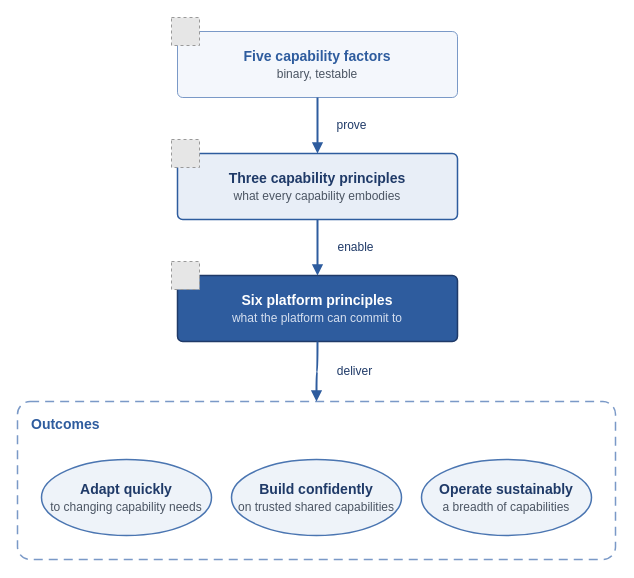
This is diagrams/factors-to-outcomes.drawio from missBerg/platform-capabilities, a draw.io file, before an edit. Source tidied: cells renumbered, new cells numbered last; positions are measured from the earlier drawing's top-left corner, leaving out a move shared by most shapes. Both pictures are drawn from the tidied source at 100%, with x=0, y=0 at pixel (17, 17). Pictures stored in the file or linked from it are replaced by grey dashed boxes.
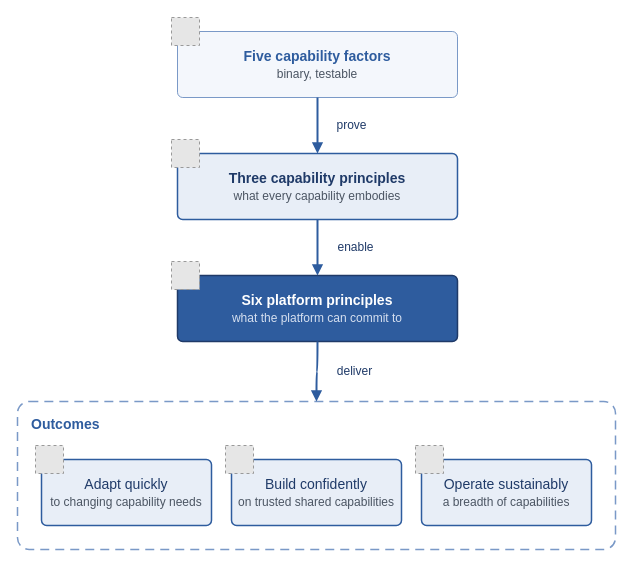
Above is the later version.

Commit message (it also covers changes not shown here):
feat(diagrams): platform-with-capabilities in the paper style; Fig 12 outcomes as boxes

Change to the diagram source:
```diff
@@
 <mxGraphModel>
   <root>
     <mxCell id="0" />
     <mxCell id="1" parent="0" />
     <mxCell id="2" value="&lt;b&gt;Outcomes&lt;/b&gt;" style="rounded=1;whiteSpace=wrap;html=1;arcSize=8;fillColor=none;strokeColor=#7A99C7;strokeWidth=1.5;fontColor=#2E5C9E;fontFamily=Helvetica;fontSize=14;align=left;verticalAlign=top;dashed=1;dashPattern=6 4;spacingLeft=12;spacingTop=8;shadow=0;" parent="1" vertex="1">
-      <mxGeometry y="384" width="598" height="158" as="geometry" />
+      <mxGeometry y="384" width="598" height="148" as="geometry" />
     </mxCell>
     <mxCell id="3" value="&lt;b&gt;Five capability factors&lt;/b&gt;&lt;br&gt;&lt;font style=&quot;font-size: 12px&quot; color=&quot;#4B5563&quot;&gt;binary, testable&lt;/font&gt;" style="rounded=1;whiteSpace=wrap;html=1;arcSize=8;fillColor=#F4F7FC;strokeColor=#7A99C7;strokeWidth=1;fontColor=#2E5C9E;fontFamily=Helvetica;fontSize=14;align=center;verticalAlign=middle;shadow=0;" parent="1" vertex="1">
       <mxGeometry x="160" y="14" width="280" height="66" as="geometry" />
     </mxCell>
     <mxCell id="4" style="fillColor=#E6E6E6;strokeColor=#999999;dashed=1;verticalLabelPosition=bottom;verticalAlign=top;align=center;fontFamily=Helvetica;fontSize=14;fontColor=#1F3A68;" parent="1" vertex="1">
       <mxGeometry x="154" width="28" height="28" as="geometry" />
     </mxCell>
     <mxCell id="5" value="&lt;b&gt;Three capability principles&lt;/b&gt;&lt;br&gt;&lt;font style=&quot;font-size: 12px&quot; color=&quot;#4B5563&quot;&gt;what every capability embodies&lt;/font&gt;" style="rounded=1;whiteSpace=wrap;html=1;arcSize=8;fillColor=#E8EEF7;strokeColor=#2E5C9E;strokeWidth=1.5;fontColor=#1F3A68;fontFamily=Helvetica;fontSize=14;align=center;verticalAlign=middle;shadow=0;" parent="1" vertex="1">
       <mxGeometry x="160" y="136" width="280" height="66" as="geometry" />
     </mxCell>
     <mxCell id="6" style="fillColor=#E6E6E6;strokeColor=#999999;dashed=1;verticalLabelPosition=bottom;verticalAlign=top;align=center;fontFamily=Helvetica;fontSize=14;fontColor=#1F3A68;" parent="1" vertex="1">
       <mxGeometry x="154" y="122" width="28" height="28" as="geometry" />
     </mxCell>
     <mxCell id="7" value="&lt;b&gt;Six platform principles&lt;/b&gt;&lt;br&gt;&lt;font style=&quot;font-size: 12px&quot; color=&quot;#D6E0F0&quot;&gt;what the platform can commit to&lt;/font&gt;" style="rounded=1;whiteSpace=wrap;html=1;arcSize=8;fillColor=#2E5C9E;strokeColor=#1F3A68;strokeWidth=1.5;fontColor=#FFFFFF;fontFamily=Helvetica;fontSize=14;align=center;verticalAlign=middle;shadow=0;" parent="1" vertex="1">
       <mxGeometry x="160" y="258" width="280" height="66" as="geometry" />
     </mxCell>
     <mxCell id="8" style="fillColor=#E6E6E6;strokeColor=#999999;dashed=1;verticalLabelPosition=bottom;verticalAlign=top;align=center;fontFamily=Helvetica;fontSize=14;fontColor=#1F3A68;" parent="1" vertex="1">
       <mxGeometry x="154" y="244" width="28" height="28" as="geometry" />
     </mxCell>
-    <mxCell id="9" value="&lt;b&gt;Adapt quickly&lt;/b&gt;&lt;br&gt;&lt;font style=&quot;font-size: 12px&quot; color=&quot;#4B5563&quot;&gt;to changing capability needs&lt;/font&gt;" style="ellipse;whiteSpace=wrap;html=1;fillColor=#EEF3F9;strokeColor=#4A75B1;strokeWidth=1.5;fontColor=#1F3A68;fontFamily=Helvetica;fontSize=14;align=center;verticalAlign=middle;shadow=0;" parent="1" vertex="1">
-      <mxGeometry x="24" y="442" width="170" height="76" as="geometry" />
+    <mxCell id="9" value="Adapt quickly&lt;br&gt;&lt;font style=&quot;font-size: 12px&quot; color=&quot;#4B5563&quot;&gt;to changing capability needs&lt;/font&gt;" style="rounded=1;whiteSpace=wrap;html=1;arcSize=8;fillColor=#E8EEF7;strokeColor=#2E5C9E;strokeWidth=1.5;fontColor=#1F3A68;fontFamily=Helvetica;fontSize=14;align=center;verticalAlign=middle;shadow=0;" parent="1" vertex="1">
+      <mxGeometry x="24" y="442" width="170" height="66" as="geometry" />
     </mxCell>
+    <mxCell id="15" style="fillColor=#E6E6E6;strokeColor=#999999;dashed=1;verticalLabelPosition=bottom;verticalAlign=top;align=center;fontFamily=Helvetica;fontSize=14;fontColor=#1F3A68;" parent="1" vertex="1">
+      <mxGeometry x="18" y="428" width="28" height="28" as="geometry" />
+    </mxCell>
-    <mxCell id="10" value="&lt;b&gt;Build confidently&lt;/b&gt;&lt;br&gt;&lt;font style=&quot;font-size: 12px&quot; color=&quot;#4B5563&quot;&gt;on trusted shared capabilities&lt;/font&gt;" style="ellipse;whiteSpace=wrap;html=1;fillColor=#EEF3F9;strokeColor=#4A75B1;strokeWidth=1.5;fontColor=#1F3A68;fontFamily=Helvetica;fontSize=14;align=center;verticalAlign=middle;shadow=0;" parent="1" vertex="1">
-      <mxGeometry x="214" y="442" width="170" height="76" as="geometry" />
+    <mxCell id="10" value="Build confidently&lt;br&gt;&lt;font style=&quot;font-size: 12px&quot; color=&quot;#4B5563&quot;&gt;on trusted shared capabilities&lt;/font&gt;" style="rounded=1;whiteSpace=wrap;html=1;arcSize=8;fillColor=#E8EEF7;strokeColor=#2E5C9E;strokeWidth=1.5;fontColor=#1F3A68;fontFamily=Helvetica;fontSize=14;align=center;verticalAlign=middle;shadow=0;" parent="1" vertex="1">
+      <mxGeometry x="214" y="442" width="170" height="66" as="geometry" />
     </mxCell>
+    <mxCell id="16" style="fillColor=#E6E6E6;strokeColor=#999999;dashed=1;verticalLabelPosition=bottom;verticalAlign=top;align=center;fontFamily=Helvetica;fontSize=14;fontColor=#1F3A68;" parent="1" vertex="1">
+      <mxGeometry x="208" y="428" width="28" height="28" as="geometry" />
+    </mxCell>
-    <mxCell id="11" value="&lt;b&gt;Operate sustainably&lt;/b&gt;&lt;br&gt;&lt;font style=&quot;font-size: 12px&quot; color=&quot;#4B5563&quot;&gt;a breadth of capabilities&lt;/font&gt;" style="ellipse;whiteSpace=wrap;html=1;fillColor=#EEF3F9;strokeColor=#4A75B1;strokeWidth=1.5;fontColor=#1F3A68;fontFamily=Helvetica;fontSize=14;align=center;verticalAlign=middle;shadow=0;" parent="1" vertex="1">
-      <mxGeometry x="404" y="442" width="170" height="76" as="geometry" />
+    <mxCell id="11" value="Operate sustainably&lt;br&gt;&lt;font style=&quot;font-size: 12px&quot; color=&quot;#4B5563&quot;&gt;a breadth of capabilities&lt;/font&gt;" style="rounded=1;whiteSpace=wrap;html=1;arcSize=8;fillColor=#E8EEF7;strokeColor=#2E5C9E;strokeWidth=1.5;fontColor=#1F3A68;fontFamily=Helvetica;fontSize=14;align=center;verticalAlign=middle;shadow=0;" parent="1" vertex="1">
+      <mxGeometry x="404" y="442" width="170" height="66" as="geometry" />
     </mxCell>
+    <mxCell id="17" style="fillColor=#E6E6E6;strokeColor=#999999;dashed=1;verticalLabelPosition=bottom;verticalAlign=top;align=center;fontFamily=Helvetica;fontSize=14;fontColor=#1F3A68;" parent="1" vertex="1">
+      <mxGeometry x="398" y="428" width="28" height="28" as="geometry" />
+    </mxCell>
     <mxCell id="12" value="prove" style="edgeStyle=orthogonalEdgeStyle;endArrow=block;html=1;rounded=0;strokeColor=#2E5C9E;strokeWidth=2;fontColor=#1F3A68;fontFamily=Helvetica;fontSize=12;endFill=1;curved=1;exitX=0.5;exitY=1;exitDx=0;exitDy=0;entryX=0.5;entryY=0;entryDx=0;entryDy=0;" parent="1" edge="1" source="3" target="5">
       <mxGeometry relative="1" as="geometry">
         <mxPoint x="34" as="offset" />
       </mxGeometry>
     </mxCell>
     <mxCell id="13" value="enable" style="edgeStyle=orthogonalEdgeStyle;endArrow=block;html=1;rounded=0;strokeColor=#2E5C9E;strokeWidth=2;fontColor=#1F3A68;fontFamily=Helvetica;fontSize=12;endFill=1;curved=1;exitX=0.5;exitY=1;exitDx=0;exitDy=0;entryX=0.5;entryY=0;entryDx=0;entryDy=0;" parent="1" edge="1" source="5" target="7">
       <mxGeometry relative="1" as="geometry">
         <mxPoint x="38" as="offset" />
       </mxGeometry>
     </mxCell>
     <mxCell id="14" value="deliver" style="edgeStyle=orthogonalEdgeStyle;endArrow=block;html=1;rounded=0;strokeColor=#2E5C9E;strokeWidth=2;fontColor=#1F3A68;fontFamily=Helvetica;fontSize=12;endFill=1;curved=1;exitX=0.5;exitY=1;exitDx=0;exitDy=0;entryX=0.5;entryY=0;entryDx=0;entryDy=0;" parent="1" edge="1" source="7" target="2">
       <mxGeometry relative="1" as="geometry">
         <mxPoint x="38" as="offset" />
       </mxGeometry>
     </mxCell>
   </root>
 </mxGraphModel>
```
